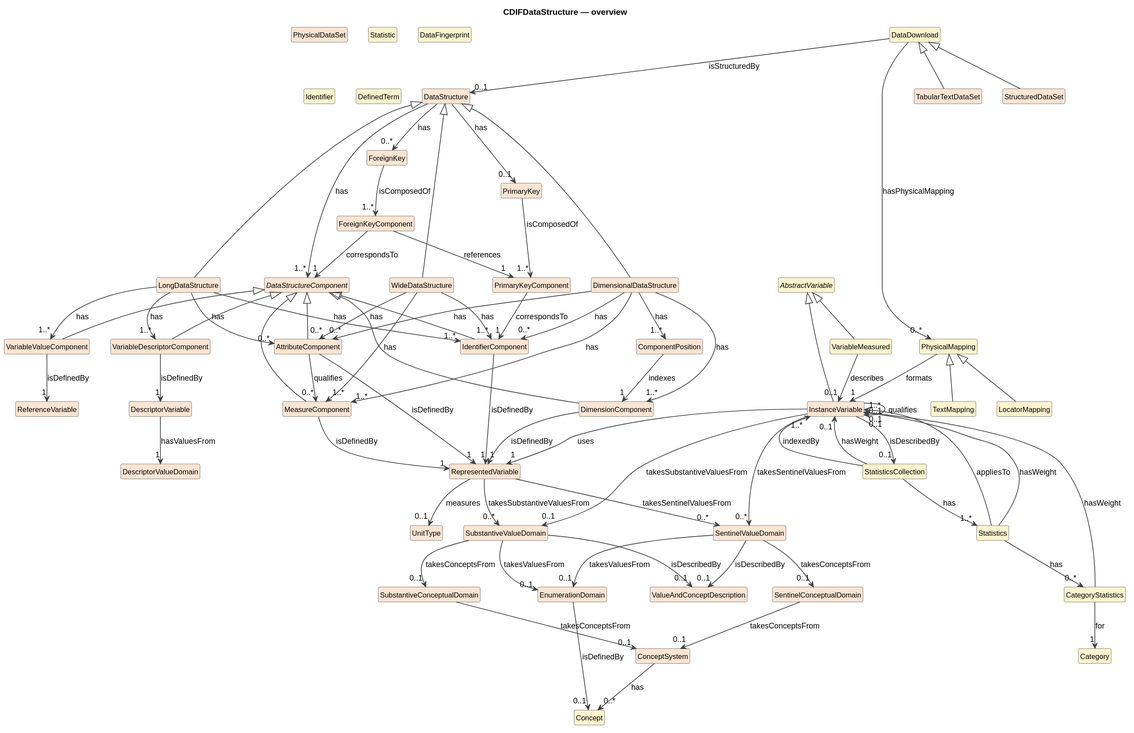
Before: cdif-uml-model/_plantuml/cdifDataStructure/index.local.svg, a diagram exported from PlantUML (Cross-Domain-Interoperability-Framework/metadataBuildingBlocks).
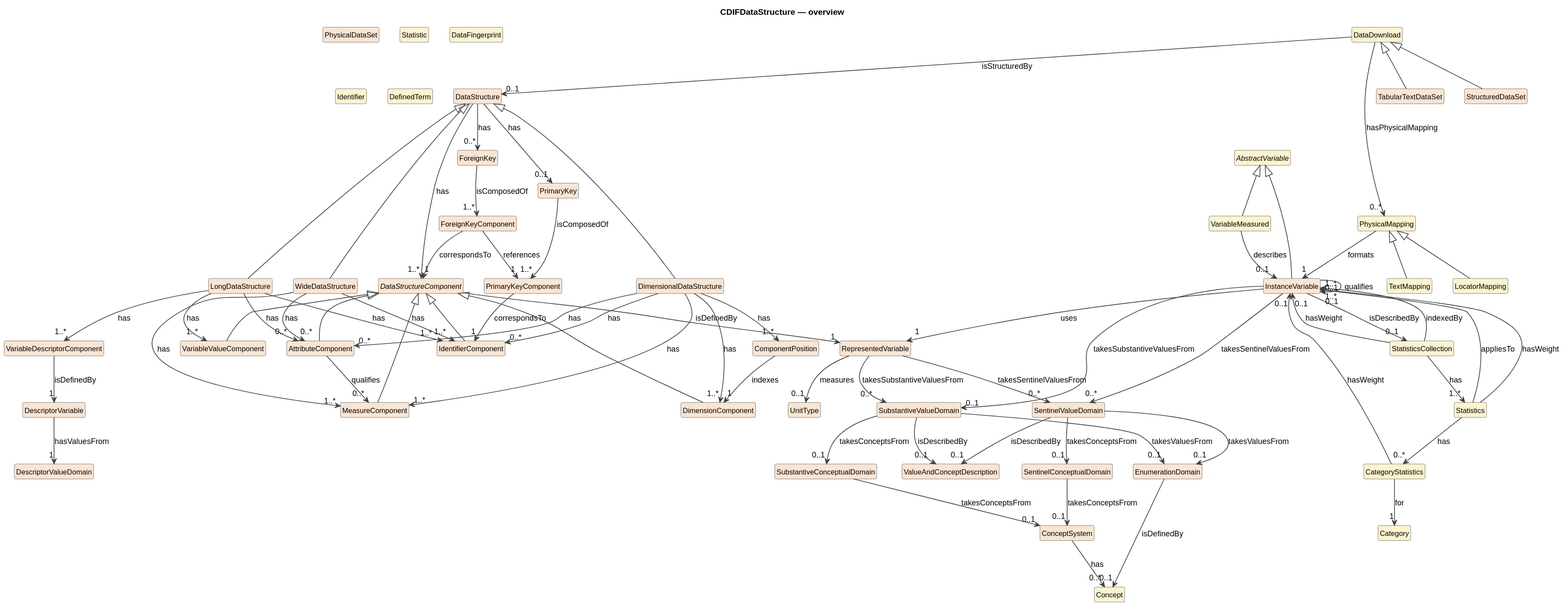
Above is the later version.

Diff of the diagram source:
```diff
@@ -25,7 +25,6 @@
 class "PrimaryKey" as PrimaryKey #FAE5D3
 class "PrimaryKeyComponent" as PrimaryKeyComponent #FAE5D3
 class "RepresentedVariable" as RepresentedVariable #FAE5D3
-class "ReferenceVariable" as ReferenceVariable #FAE5D3
 class "DescriptorVariable" as DescriptorVariable #FAE5D3
 class "InstanceVariable" as InstanceVariable #FAE5D3
 class "SubstantiveValueDomain" as SubstantiveValueDomain #FAE5D3
@@ -65,7 +64,6 @@
 DataStructureComponent <|-- AttributeComponent
 DataStructureComponent <|-- DimensionComponent
 DataStructureComponent <|-- VariableValueComponent
-DataStructureComponent <|-- VariableDescriptorComponent
 AbstractVariable <|-- InstanceVariable
 DataDownload <|-- TabularTextDataSet
 DataDownload <|-- StructuredDataSet
@@ -87,12 +85,8 @@
 DimensionalDataStructure --> "1..*" MeasureComponent : has
 DimensionalDataStructure --> "0..*" AttributeComponent : has
 DimensionalDataStructure --> "1..*" ComponentPosition : has
-IdentifierComponent --> "1" RepresentedVariable : isDefinedBy
-MeasureComponent --> "1" RepresentedVariable : isDefinedBy
-AttributeComponent --> "1" RepresentedVariable : isDefinedBy
+DataStructureComponent --> "1" RepresentedVariable : isDefinedBy
 AttributeComponent --> "0..*" MeasureComponent : qualifies
-DimensionComponent --> "1" RepresentedVariable : isDefinedBy
-VariableValueComponent --> "1" ReferenceVariable : isDefinedBy
 VariableDescriptorComponent --> "1" DescriptorVariable : isDefinedBy
 ComponentPosition --> "1" DimensionComponent : indexes
 PrimaryKey --> "1..*" PrimaryKeyComponent : isComposedOf
```
